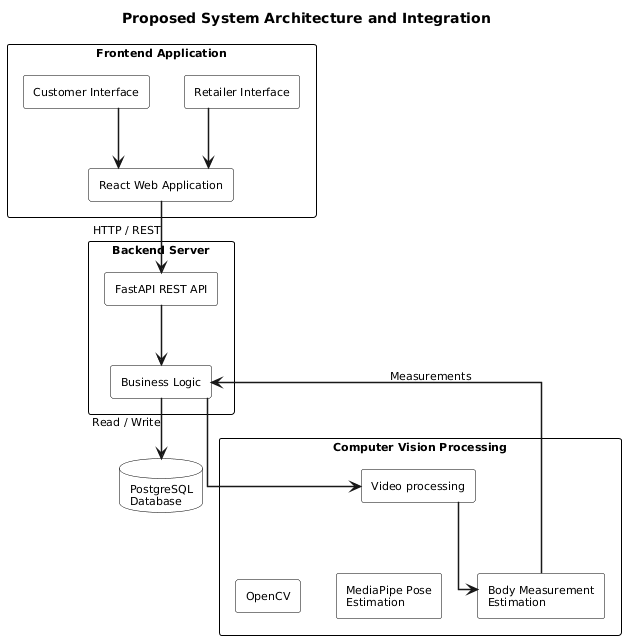
Above: docs/uml-diagrams/2_4_integration_and_architecture/Integration_architecture_of_the_proposed_virtual_fitting_system.png in chris-macharia/SmartFit (PlantUML), before the change. Source of this version:
```plantuml
@startuml
title Proposed System Architecture and Integration

top to bottom direction

skinparam backgroundColor white
skinparam shadowing false
skinparam defaultFontName Arial
skinparam defaultFontSize 11
skinparam componentStyle rectangle
skinparam packageStyle rectangle
skinparam ArrowThickness 1.5
skinparam linetype ortho

skinparam package {
    BorderColor black
    FontColor black
    FontStyle bold
}

skinparam component {
    BorderColor black
    BackgroundColor white
    FontColor black
}

skinparam database {
    BorderColor black
    BackgroundColor white
    FontColor black
}


package "Frontend Application" as Frontend {

    component "Customer Interface" as Customer

    component "Retailer Interface" as Retailer

    component "React Web Application" as React
}


package "Backend Server" as Backend {

    component "FastAPI REST API" as API

    component "Business Logic" as Logic
}


package "Computer Vision Processing" as CV {

    component "Video processing" as Video

    component "OpenCV" as OpenCV

    component "MediaPipe Pose\nEstimation" as MediaPipe

    component "Body Measurement\nEstimation" as Measurements
}


database "PostgreSQL\nDatabase" as Database



Customer --> React
Retailer --> React

React --> API : HTTP / REST

API --> Logic

Logic --> Video
Video --> Measurements

Measurements --> Logic : Measurements

Logic --> Database : Read / Write



Customer -[hidden]right- Retailer

OpenCV -[hidden]right- MediaPipe
MediaPipe -[hidden]right- Measurements
@enduml
```
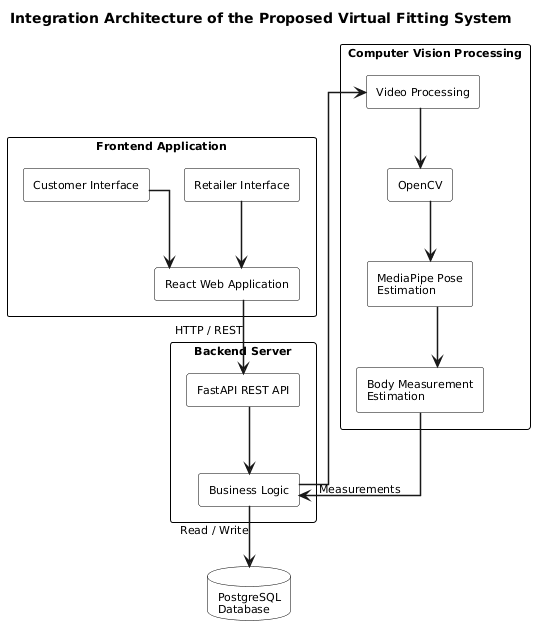
After the change.

What changed in the source:
```diff
@@ -1,5 +1,5 @@
 @startuml
-title Proposed System Architecture and Integration
+title Integration Architecture of the Proposed Virtual Fitting System
 
 top to bottom direction
 
@@ -51,7 +51,7 @@
 
 package "Computer Vision Processing" as CV {
 
-    component "Video processing" as Video
+    component "Video Processing" as VideoProcessing
 
     component "OpenCV" as OpenCV
 
@@ -72,8 +72,10 @@
 
 API --> Logic
 
-Logic --> Video
-Video --> Measurements
+Logic --> VideoProcessing
+VideoProcessing --> OpenCV
+OpenCV --> MediaPipe
+MediaPipe --> Measurements
 
 Measurements --> Logic : Measurements
 
```
